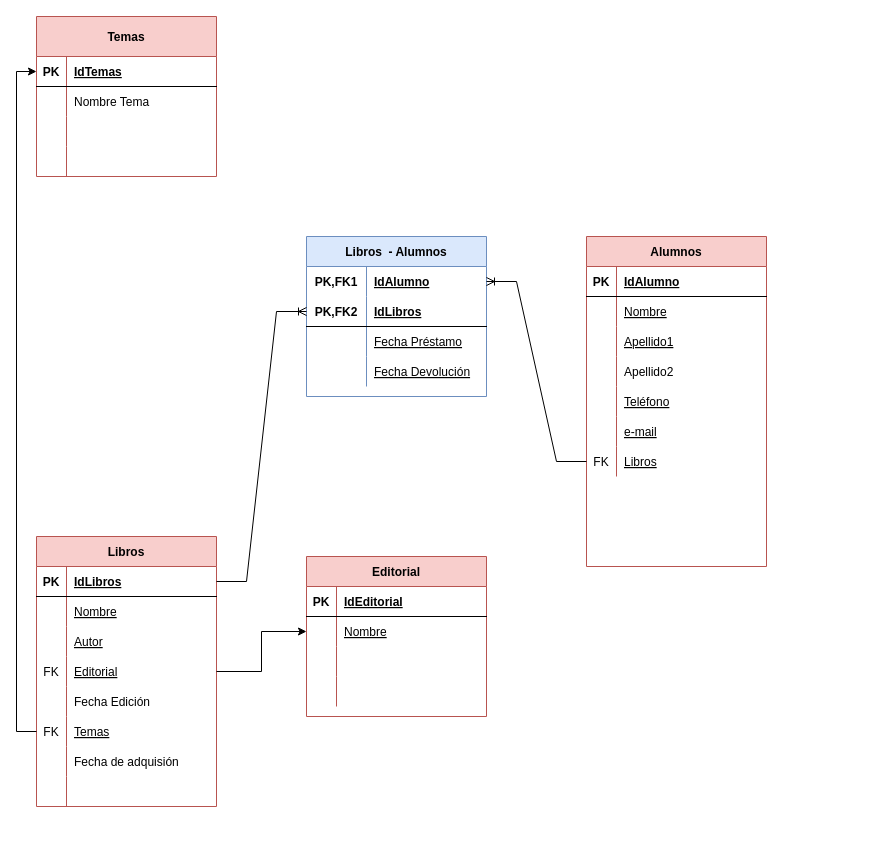
This is page "Ejercicio 01" (1 of 2) of Dia1/Ejerccios_Apoyo-Dia1.drawio from Country4979/MOdelado_SQL, a draw.io file, before an edit. Source tidied: cells renumbered, new cells numbered last; positions are measured from the earlier drawing's top-left corner, leaving out a move shared by most shapes. Both pictures are drawn from the tidied source at 100%, with x=0, y=0 at pixel (36, 16).
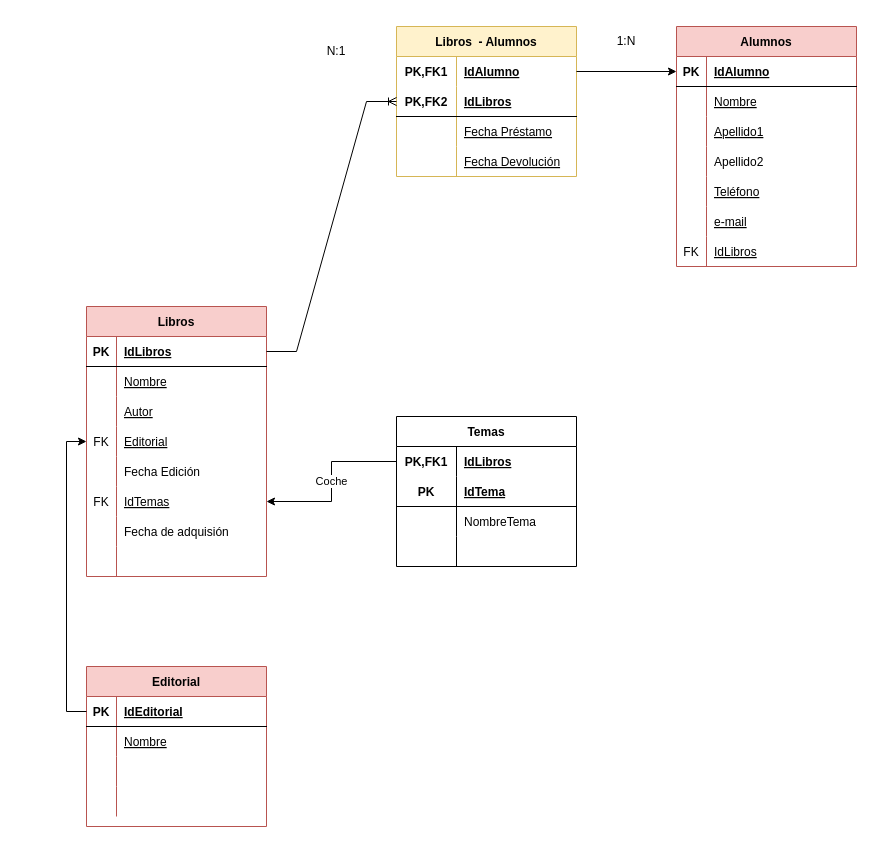
The same diagram, later.

Unchanged cells that the change refers to:
```xml
<mxCell id="3" style="shape=tableRow;horizontal=0;startSize=0;swimlaneHead=0;swimlaneBody=0;fillColor=none;points=[[0,0.5],[1,0.5]];portConstraint=eastwest;top=0;left=0;right=0;bottom=1;" parent="2" vertex="1">
  <mxGeometry y="30" width="180" height="30" as="geometry" />
</mxCell>
<mxCell id="21" style="shape=tableRow;horizontal=0;startSize=0;swimlaneHead=0;swimlaneBody=0;fillColor=none;points=[[0,0.5],[1,0.5]];portConstraint=eastwest;top=0;left=0;right=0;bottom=0;" parent="2" vertex="1">
  <mxGeometry y="210" width="180" height="30" as="geometry" />
</mxCell>
<mxCell id="34" style="shape=tableRow;horizontal=0;startSize=0;swimlaneHead=0;swimlaneBody=0;fillColor=none;points=[[0,0.5],[1,0.5]];portConstraint=eastwest;top=0;left=0;right=0;bottom=0;fontFamily=Helvetica;fontSize=12;fontColor=default;strokeColor=default;" parent="24" vertex="1">
  <mxGeometry y="120" width="180" height="30" as="geometry" />
</mxCell>
<mxCell id="40" style="shape=tableRow;horizontal=0;startSize=0;swimlaneHead=0;swimlaneBody=0;fillColor=none;points=[[0,0.5],[1,0.5]];portConstraint=eastwest;top=0;left=0;right=0;bottom=0;fontFamily=Helvetica;fontSize=12;fontColor=default;strokeColor=default;" parent="24" vertex="1">
  <mxGeometry y="180" width="180" height="30" as="geometry" />
</mxCell>
<mxCell id="64" style="shape=tableRow;horizontal=0;startSize=0;swimlaneHead=0;swimlaneBody=0;fillColor=none;points=[[0,0.5],[1,0.5]];portConstraint=eastwest;top=0;left=0;right=0;bottom=0;fontFamily=Helvetica;fontSize=12;fontColor=default;strokeColor=default;" parent="63" vertex="1">
  <mxGeometry y="30" width="180" height="30" as="geometry" />
</mxCell>
<mxCell id="79" style="shape=tableRow;horizontal=0;startSize=0;swimlaneHead=0;swimlaneBody=0;fillColor=none;points=[[0,0.5],[1,0.5]];portConstraint=eastwest;top=0;left=0;right=0;bottom=1;fontFamily=Helvetica;fontSize=12;fontColor=default;strokeColor=default;" parent="78" vertex="1">
  <mxGeometry y="30" width="180" height="30" as="geometry" />
</mxCell>
<mxCell id="82" style="shape=tableRow;horizontal=0;startSize=0;swimlaneHead=0;swimlaneBody=0;fillColor=none;points=[[0,0.5],[1,0.5]];portConstraint=eastwest;top=0;left=0;right=0;bottom=0;fontFamily=Helvetica;fontSize=12;fontColor=default;strokeColor=default;" parent="78" vertex="1">
  <mxGeometry y="60" width="180" height="30" as="geometry" />
</mxCell>
```

Diff of the diagram source:
```diff
@@
     <mxCell id="2" value="Alumnos" style="shape=table;startSize=30;childLayout=tableLayout;rowLines=0;fontStyle=1;align=center;fillColor=#f8cecc;strokeColor=#b85450;" parent="1" vertex="1">
-      <mxGeometry x="550" y="220" width="180" height="330" as="geometry" />
+      <mxGeometry x="640" y="10" width="180" height="240" as="geometry" />
     </mxCell>
@@
-    <mxCell id="23" value="Libros" style="shape=partialRectangle;fillColor=none;top=0;left=0;bottom=0;right=0;align=left;spacingLeft=6;overflow=hidden;fontStyle=4;" parent="21" vertex="1">
+    <mxCell id="23" value="IdLibros" style="shape=partialRectangle;fillColor=none;top=0;left=0;bottom=0;right=0;align=left;spacingLeft=6;overflow=hidden;fontStyle=4;" parent="21" vertex="1">
       <mxGeometry x="30" width="150" height="30" as="geometry" />
     </mxCell>
     <mxCell id="24" value="Libros" style="shape=table;startSize=30;childLayout=tableLayout;rowLines=0;fontStyle=1;align=center;fontFamily=Helvetica;fontSize=12;strokeColor=#b85450;fillColor=#f8cecc;" parent="1" vertex="1">
-      <mxGeometry y="520" width="180" height="270" as="geometry" />
+      <mxGeometry x="50" y="290" width="180" height="270" as="geometry" />
     </mxCell>
@@
-    <mxCell id="42" value="Temas" style="shape=partialRectangle;fillColor=none;top=0;left=0;bottom=0;right=0;align=left;spacingLeft=6;overflow=hidden;fontFamily=Helvetica;fontSize=12;fontColor=default;strokeColor=default;fontStyle=4;" parent="40" vertex="1">
+    <mxCell id="42" value="IdTemas" style="shape=partialRectangle;fillColor=none;top=0;left=0;bottom=0;right=0;align=left;spacingLeft=6;overflow=hidden;fontFamily=Helvetica;fontSize=12;fontColor=default;strokeColor=default;fontStyle=4;" parent="40" vertex="1">
       <mxGeometry x="30" width="150" height="30" as="geometry" />
     </mxCell>
@@
-    <mxCell id="49" value="Temas" style="shape=table;startSize=40;childLayout=tableLayout;rowLines=0;fontStyle=1;align=center;fontFamily=Helvetica;fontSize=12;strokeColor=#b85450;fillColor=#f8cecc;" parent="1" vertex="1">
-      <mxGeometry width="180" height="160" as="geometry" />
-    </mxCell>
-    <mxCell id="50" style="shape=tableRow;horizontal=0;startSize=0;swimlaneHead=0;swimlaneBody=0;fillColor=none;points=[[0,0.5],[1,0.5]];portConstraint=eastwest;top=0;left=0;right=0;bottom=1;fontFamily=Helvetica;fontSize=12;fontColor=default;strokeColor=default;" parent="49" vertex="1">
-      <mxGeometry y="40" width="180" height="30" as="geometry" />
-    </mxCell>
-    <mxCell id="51" value="PK" style="shape=partialRectangle;fillColor=none;top=0;left=0;bottom=0;right=0;fontStyle=1;overflow=hidden;fontFamily=Helvetica;fontSize=12;fontColor=default;strokeColor=default;" parent="50" vertex="1">
-      <mxGeometry width="30" height="30" as="geometry" />
-    </mxCell>
-    <mxCell id="52" value="IdTemas" style="shape=partialRectangle;fillColor=none;top=0;left=0;bottom=0;right=0;align=left;spacingLeft=6;fontStyle=5;overflow=hidden;fontFamily=Helvetica;fontSize=12;fontColor=default;strokeColor=default;" parent="50" vertex="1">
-      <mxGeometry x="30" width="150" height="30" as="geometry" />
-    </mxCell>
-    <mxCell id="53" style="shape=tableRow;horizontal=0;startSize=0;swimlaneHead=0;swimlaneBody=0;fillColor=none;top=0;left=0;right=0;bottom=0;fontFamily=Helvetica;fontSize=12;fontColor=default;strokeColor=default;" parent="49" vertex="1">
-      <mxGeometry y="70" width="180" height="30" as="geometry" />
-    </mxCell>
-    <mxCell id="54" style="shape=partialRectangle;fillColor=none;top=0;left=0;bottom=0;right=0;overflow=hidden;fontFamily=Helvetica;fontSize=12;fontColor=default;strokeColor=default;" parent="53" vertex="1">
-      <mxGeometry width="30" height="30" as="geometry" />
-    </mxCell>
-    <mxCell id="55" value="Nombre Tema" style="shape=partialRectangle;fillColor=none;top=0;left=0;bottom=0;right=0;align=left;spacingLeft=6;overflow=hidden;fontFamily=Helvetica;fontSize=12;fontColor=default;strokeColor=default;" parent="53" vertex="1">
-      <mxGeometry x="30" width="150" height="30" as="geometry" />
-    </mxCell>
-    <mxCell id="56" style="shape=tableRow;horizontal=0;startSize=0;swimlaneHead=0;swimlaneBody=0;fillColor=none;top=0;left=0;right=0;bottom=0;fontFamily=Helvetica;fontSize=12;fontColor=default;strokeColor=default;" parent="49" vertex="1">
-      <mxGeometry y="100" width="180" height="30" as="geometry" />
-    </mxCell>
-    <mxCell id="57" style="shape=partialRectangle;fillColor=none;top=0;left=0;bottom=0;right=0;overflow=hidden;fontFamily=Helvetica;fontSize=12;fontColor=default;strokeColor=default;" parent="56" vertex="1">
-      <mxGeometry width="30" height="30" as="geometry" />
-    </mxCell>
-    <mxCell id="58" style="shape=partialRectangle;fillColor=none;top=0;left=0;bottom=0;right=0;align=left;spacingLeft=6;overflow=hidden;fontFamily=Helvetica;fontSize=12;fontColor=default;strokeColor=default;" parent="56" vertex="1">
-      <mxGeometry x="30" width="150" height="30" as="geometry" />
-    </mxCell>
-    <mxCell id="59" style="shape=tableRow;horizontal=0;startSize=0;swimlaneHead=0;swimlaneBody=0;fillColor=none;top=0;left=0;right=0;bottom=0;fontFamily=Helvetica;fontSize=12;fontColor=default;strokeColor=default;" parent="49" vertex="1">
-      <mxGeometry y="130" width="180" height="30" as="geometry" />
-    </mxCell>
-    <mxCell id="60" style="shape=partialRectangle;fillColor=none;top=0;left=0;bottom=0;right=0;overflow=hidden;fontFamily=Helvetica;fontSize=12;fontColor=default;strokeColor=default;" parent="59" vertex="1">
-      <mxGeometry width="30" height="30" as="geometry" />
-    </mxCell>
-    <mxCell id="61" style="shape=partialRectangle;fillColor=none;top=0;left=0;bottom=0;right=0;align=left;spacingLeft=6;overflow=hidden;fontFamily=Helvetica;fontSize=12;fontColor=default;strokeColor=default;" parent="59" vertex="1">
-      <mxGeometry x="30" width="150" height="30" as="geometry" />
-    </mxCell>
-    <mxCell id="62" style="edgeStyle=orthogonalEdgeStyle;rounded=0;jettySize=auto;html=1;entryX=0;entryY=0.5;entryDx=0;entryDy=0;fontFamily=Helvetica;fontSize=12;fontColor=default;" parent="1" edge="1" source="40" target="50">
-      <mxGeometry relative="1" as="geometry" />
-    </mxCell>
-    <mxCell id="63" value="Libros  - Alumnos" style="shape=table;startSize=30;childLayout=tableLayout;rowLines=0;fontStyle=1;align=center;fontFamily=Helvetica;fontSize=12;strokeColor=#6c8ebf;fillColor=#dae8fc;" parent="1" vertex="1">
-      <mxGeometry x="270" y="220" width="180" height="160" as="geometry" />
+    <mxCell id="63" value="Libros  - Alumnos" style="shape=table;startSize=30;childLayout=tableLayout;rowLines=0;fontStyle=1;align=center;fontFamily=Helvetica;fontSize=12;strokeColor=#d6b656;fillColor=#fff2cc;" parent="1" vertex="1">
+      <mxGeometry x="360" y="10" width="180" height="150" as="geometry" />
     </mxCell>
@@
-    <mxCell id="76" style="edgeStyle=entityRelationEdgeStyle;fontSize=12;html=1;endArrow=ERoneToMany;rounded=0;fontFamily=Helvetica;fontColor=default;exitX=0;exitY=0.5;exitDx=0;exitDy=0;entryX=1;entryY=0.5;entryDx=0;entryDy=0;" parent="1" edge="1" source="21" target="64">
-      <mxGeometry relative="1" as="geometry" />
-    </mxCell>
@@
     <mxCell id="78" value="Editorial" style="shape=table;startSize=30;childLayout=tableLayout;rowLines=0;fontStyle=1;align=center;fontFamily=Helvetica;fontSize=12;strokeColor=#b85450;fillColor=#f8cecc;" parent="1" vertex="1">
-      <mxGeometry x="270" y="540" width="180" height="160" as="geometry" />
+      <mxGeometry x="50" y="650" width="180" height="160" as="geometry" />
     </mxCell>
@@
-    <mxCell id="91" style="edgeStyle=orthogonalEdgeStyle;rounded=0;jettySize=auto;html=1;entryX=0;entryY=0.5;entryDx=0;entryDy=0;fontFamily=Helvetica;fontSize=12;fontColor=default;" parent="1" edge="1" source="34" target="82">
-      <mxGeometry relative="1" as="geometry" />
-    </mxCell>
+    <mxCell id="92" style="edgeStyle=orthogonalEdgeStyle;rounded=0;jettySize=auto;html=1;entryX=0;entryY=0.5;entryDx=0;entryDy=0;" parent="1" edge="1" source="79" target="34">
+      <mxGeometry relative="1" as="geometry" />
+    </mxCell>
+    <mxCell id="93" style="edgeStyle=orthogonalEdgeStyle;rounded=0;jettySize=auto;html=1;entryX=0;entryY=0.5;entryDx=0;entryDy=0;" parent="1" edge="1" source="64" target="3">
+      <mxGeometry relative="1" as="geometry" />
+    </mxCell>
+    <mxCell id="94" value="1:N" style="text;html=1;strokeColor=none;fillColor=none;align=center;verticalAlign=middle;whiteSpace=wrap;rounded=0;" parent="1" vertex="1">
+      <mxGeometry x="560" y="10" width="60" height="30" as="geometry" />
+    </mxCell>
+    <mxCell id="95" value="N:1" style="text;html=1;strokeColor=none;fillColor=none;align=center;verticalAlign=middle;whiteSpace=wrap;rounded=0;" parent="1" vertex="1">
+      <mxGeometry x="270" y="20" width="60" height="30" as="geometry" />
+    </mxCell>
+    <mxCell id="49" value="Temas" style="shape=table;startSize=30;childLayout=tableLayout;rowLines=0;fontStyle=1;align=center;" parent="1" vertex="1">
+      <mxGeometry x="360" y="400" width="180" height="150" as="geometry" />
+    </mxCell>
+    <mxCell id="96" style="shape=tableRow;horizontal=0;startSize=0;swimlaneHead=0;swimlaneBody=0;fillColor=none;points=[[0,0.5],[1,0.5]];portConstraint=eastwest;top=0;left=0;right=0;bottom=0;" parent="49" vertex="1">
+      <mxGeometry y="30" width="180" height="30" as="geometry" />
+    </mxCell>
+    <mxCell id="97" value="PK,FK1" style="shape=partialRectangle;fillColor=none;top=0;left=0;bottom=0;right=0;fontStyle=1;overflow=hidden;" parent="96" vertex="1">
+      <mxGeometry width="60" height="30" as="geometry" />
+    </mxCell>
+    <mxCell id="98" value="IdLibros" style="shape=partialRectangle;fillColor=none;top=0;left=0;bottom=0;right=0;align=left;spacingLeft=6;fontStyle=5;overflow=hidden;" parent="96" vertex="1">
+      <mxGeometry x="60" width="120" height="30" as="geometry" />
+    </mxCell>
+    <mxCell id="99" style="shape=tableRow;horizontal=0;startSize=0;swimlaneHead=0;swimlaneBody=0;fillColor=none;top=0;left=0;right=0;bottom=1;" parent="49" vertex="1">
+      <mxGeometry y="60" width="180" height="30" as="geometry" />
+    </mxCell>
+    <mxCell id="51" value="PK" style="shape=partialRectangle;fillColor=none;top=0;left=0;bottom=0;right=0;fontStyle=1;overflow=hidden;" parent="99" vertex="1">
+      <mxGeometry width="60" height="30" as="geometry" />
+    </mxCell>
+    <mxCell id="100" value="IdTema" style="shape=partialRectangle;fillColor=none;top=0;left=0;bottom=0;right=0;align=left;spacingLeft=6;fontStyle=5;overflow=hidden;" parent="99" vertex="1">
+      <mxGeometry x="60" width="120" height="30" as="geometry" />
+    </mxCell>
+    <mxCell id="101" style="shape=tableRow;horizontal=0;startSize=0;swimlaneHead=0;swimlaneBody=0;fillColor=none;top=0;left=0;right=0;bottom=0;" parent="49" vertex="1">
+      <mxGeometry y="90" width="180" height="30" as="geometry" />
+    </mxCell>
+    <mxCell id="102" style="shape=partialRectangle;fillColor=none;top=0;left=0;bottom=0;right=0;overflow=hidden;" parent="101" vertex="1">
+      <mxGeometry width="60" height="30" as="geometry" />
+    </mxCell>
+    <mxCell id="103" value="NombreTema" style="shape=partialRectangle;fillColor=none;top=0;left=0;bottom=0;right=0;align=left;spacingLeft=6;overflow=hidden;" parent="101" vertex="1">
+      <mxGeometry x="60" width="120" height="30" as="geometry" />
+    </mxCell>
+    <mxCell id="104" style="shape=tableRow;horizontal=0;startSize=0;swimlaneHead=0;swimlaneBody=0;fillColor=none;top=0;left=0;right=0;bottom=0;" parent="49" vertex="1">
+      <mxGeometry y="120" width="180" height="30" as="geometry" />
+    </mxCell>
+    <mxCell id="105" style="shape=partialRectangle;fillColor=none;top=0;left=0;bottom=0;right=0;overflow=hidden;" parent="104" vertex="1">
+      <mxGeometry width="60" height="30" as="geometry" />
+    </mxCell>
+    <mxCell id="106" style="shape=partialRectangle;fillColor=none;top=0;left=0;bottom=0;right=0;align=left;spacingLeft=6;overflow=hidden;" parent="104" vertex="1">
+      <mxGeometry x="60" width="120" height="30" as="geometry" />
+    </mxCell>
+    <mxCell id="107" value="Coche" style="edgeStyle=orthogonalEdgeStyle;rounded=0;jettySize=auto;html=1;" parent="1" edge="1" source="96" target="40">
+      <mxGeometry relative="1" as="geometry" />
+    </mxCell>
```
